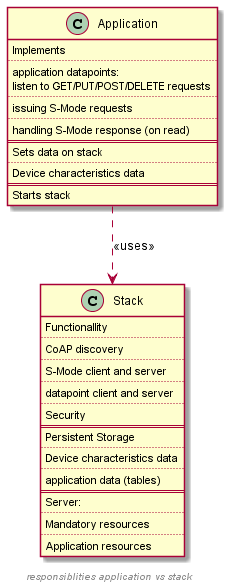
Above: images/application.png in KNX-IOT/KNX-IOT-STACK (PlantUML), before the change. The source it was exported from:
```plantuml
@startuml
skinparam componentStyle rectangle

class Application {
  Implements
  ..
  application datapoints:
  listen to GET/PUT/POST/DELETE requests
  ..
  issuing S-Mode requests
  ..
  handling S-Mode response (on read)
  ==
  Sets data on stack
  ..
  Device characteristics data
  ==
  Starts stack
}

class Stack {
  Functionallity
  ..
  CoAP discovery
  ..
  S-Mode client and server
  ..
  datapoint client and server
  ..
  Security
  ==
  Persistent Storage
  ..
  Device characteristics data
  ..
  application data (tables)
  ==
  Server:
  ..
  Mandatory resources
  ..
  Application resources
}

Application ..> Stack : <<uses>>

footer //responsiblities application vs stack//
@enduml
```
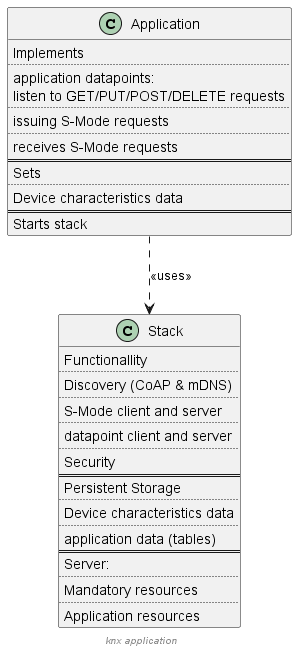
After the commit.

Commit message:
adding mDNS in image in discovery section

The edit, as a diff of the source:
```diff
@@ -9,9 +9,9 @@
   ..
   issuing S-Mode requests
   ..
-  handling S-Mode response (on read)
+  receives S-Mode requests
   ==
-  Sets data on stack
+  Sets
   ..
   Device characteristics data
   ==
@@ -21,7 +21,7 @@
 class Stack {
   Functionallity
   ..
-  CoAP discovery
+  Discovery (CoAP & mDNS)
   ..
   S-Mode client and server
   ..
@@ -44,5 +44,5 @@
 
 Application ..> Stack : <<uses>>
 
-footer //responsiblities application vs stack//
+footer //knx application//
 @enduml
```
